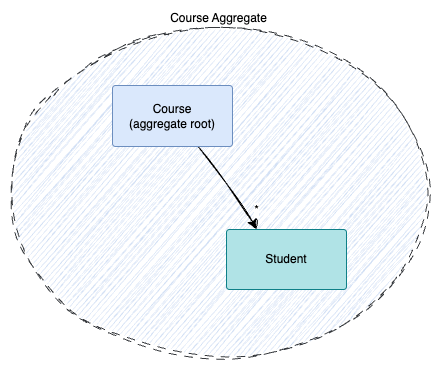
This is docs/topics/img/course-aggregate.png from tomohisa/dcb-events.github.io, a draw.io export, as it was before one commit. Source tidied: cells renumbered, new cells last; positions are measured from the earlier drawing's top-left corner, leaving out a move shared by most shapes.
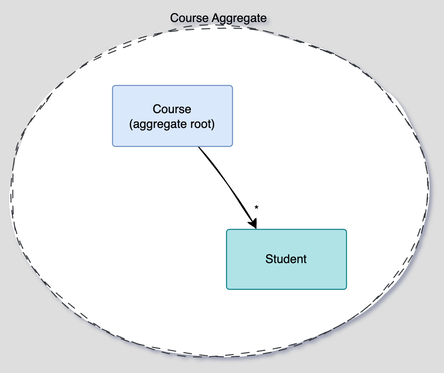
Above is the later version.

What changed in the source:
```diff
@@ -1,8 +1,8 @@
-<mxGraphModel>
+<mxGraphModel background="#DEDEDE" shadow="1">
   <root>
     <mxCell id="0" />
     <mxCell id="1" parent="0" />
-    <mxCell id="2" value="Course Aggregate" style="ellipse;whiteSpace=wrap;html=1;sketch=1;curveFitting=1;jiggle=2;dashed=1;dashPattern=8 8;labelPosition=center;verticalLabelPosition=top;align=center;verticalAlign=bottom;spacing=2;fillColor=#D4E1F5;strokeColor=#36393d;" parent="1" vertex="1">
+    <mxCell id="2" value="Course Aggregate" style="ellipse;whiteSpace=wrap;html=1;sketch=1;curveFitting=1;jiggle=2;dashed=1;dashPattern=8 8;labelPosition=center;verticalLabelPosition=top;align=center;verticalAlign=bottom;spacing=2;fillColor=default;strokeColor=#36393d;" parent="1" vertex="1">
       <mxGeometry width="417" height="329" as="geometry" />
     </mxCell>
     <mxCell id="3" style="edgeStyle=none;curved=1;rounded=0;jettySize=auto;html=1;entryX=0.25;entryY=0;entryDx=0;entryDy=0;fontSize=12;startSize=8;endSize=8;sketch=1;curveFitting=1;jiggle=2;" parent="1" edge="1" source="5" target="6">
@@ -12,7 +12,7 @@
         </Array>
       </mxGeometry>
     </mxCell>
-    <mxCell id="4" value="*" style="edgeLabel;html=1;align=center;verticalAlign=middle;fontSize=12;" parent="3" vertex="1">
+    <mxCell id="4" value="*" style="edgeLabel;html=1;align=center;verticalAlign=middle;fontSize=12;labelBackgroundColor=none;" parent="3" vertex="1">
       <mxGeometry x="0.69" y="3" relative="1" as="geometry">
         <mxPoint x="4" y="-4" as="offset" />
       </mxGeometry>
```
